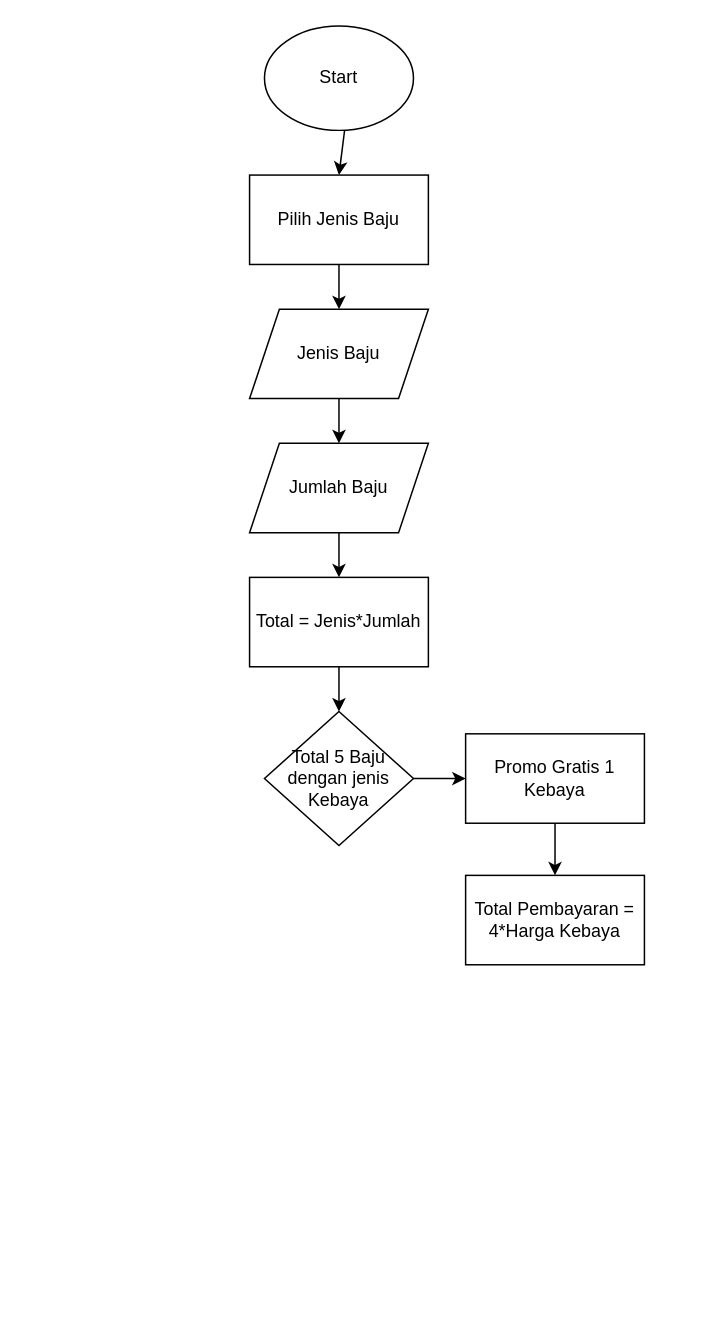
Before: Flowchart.drawio in Willda25/Willda_Dian-Kalkulator, a draw.io diagram. Source tidied: cells renumbered, new cells numbered last; positions are measured from the earlier drawing's top-left corner, leaving out a move shared by most shapes. Both pictures are drawn from the tidied source at 149%, with x=0, y=0 at pixel (249, 25).
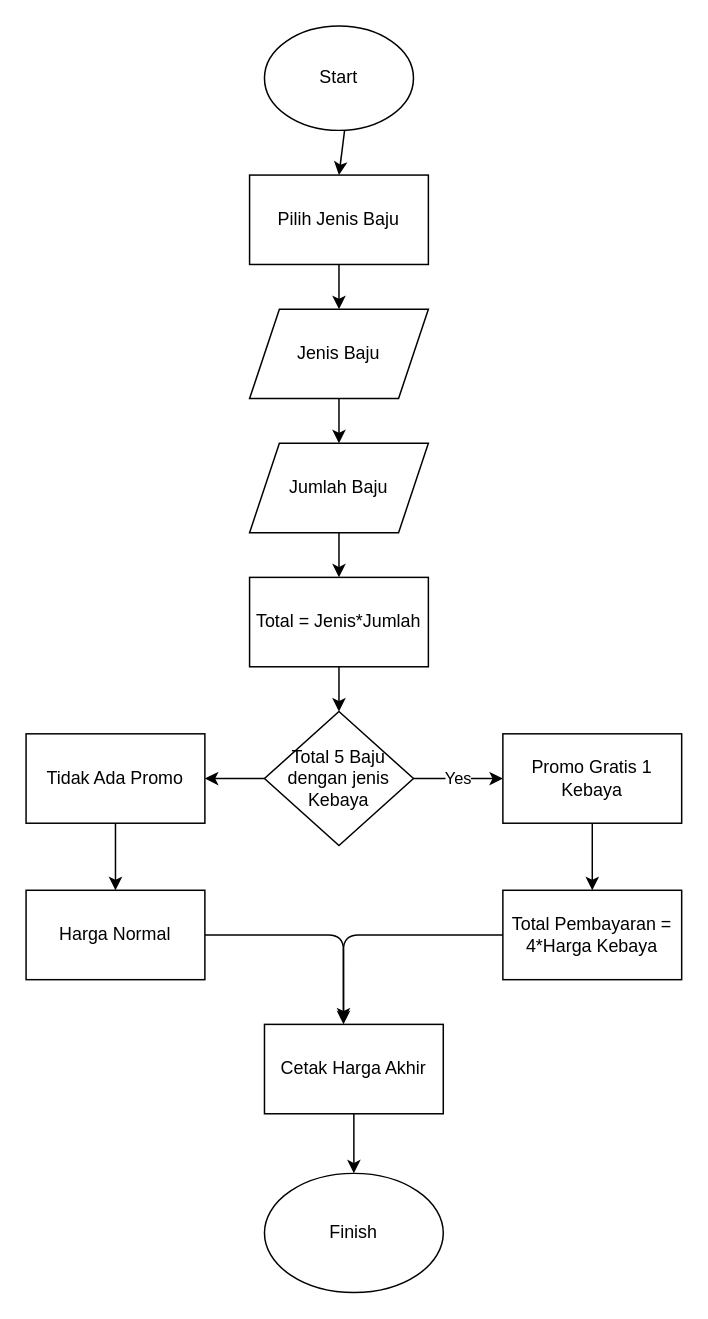
After the change.

Commit message:
Flowchart Selesai

The change refers to these unchanged cells:
```xml
<mxCell id="13" value="Total 5 Baju dengan jenis Kebaya" style="rhombus;whiteSpace=wrap;html=1;" parent="1" vertex="1">
  <mxGeometry x="10" y="460" width="100" height="90" as="geometry" />
</mxCell>
```

Diff of the diagram source:
```diff
@@
-    <mxCell id="12" style="edgeStyle=none;html=1;" parent="1" edge="1" source="13" target="15">
+    <mxCell id="12" value="Yes" style="edgeStyle=none;html=1;" parent="1" edge="1" source="13" target="15">
       <mxGeometry relative="1" as="geometry" />
     </mxCell>
+    <mxCell id="17" style="edgeStyle=none;html=1;" parent="1" edge="1" source="13" target="22">
+      <mxGeometry relative="1" as="geometry" />
+    </mxCell>
@@
     <mxCell id="15" value="Promo Gratis 1 Kebaya" style="rounded=0;whiteSpace=wrap;html=1;" parent="1" vertex="1">
-      <mxGeometry x="145" y="475" width="120" height="60" as="geometry" />
+      <mxGeometry x="170" y="475" width="120" height="60" as="geometry" />
     </mxCell>
+    <mxCell id="18" style="edgeStyle=none;html=1;entryX=0.442;entryY=0;entryDx=0;entryDy=0;entryPerimeter=0;" parent="1" edge="1" source="16" target="20">
+      <mxGeometry relative="1" as="geometry">
+        <Array as="points">
+          <mxPoint x="63" y="610" />
+        </Array>
+      </mxGeometry>
+    </mxCell>
     <mxCell id="16" value="Total Pembayaran = 4*Harga Kebaya" style="rounded=0;whiteSpace=wrap;html=1;" parent="1" vertex="1">
-      <mxGeometry x="145" y="570" width="120" height="60" as="geometry" />
+      <mxGeometry x="170" y="580" width="120" height="60" as="geometry" />
     </mxCell>
+    <mxCell id="19" style="edgeStyle=none;html=1;" parent="1" edge="1" source="20" target="25">
+      <mxGeometry relative="1" as="geometry" />
+    </mxCell>
+    <mxCell id="20" value="Cetak Harga Akhir" style="rounded=0;whiteSpace=wrap;html=1;" parent="1" vertex="1">
+      <mxGeometry x="10" y="670" width="120" height="60" as="geometry" />
+    </mxCell>
+    <mxCell id="21" style="edgeStyle=none;html=1;" parent="1" edge="1" source="22" target="24">
+      <mxGeometry relative="1" as="geometry" />
+    </mxCell>
+    <mxCell id="22" value="Tidak Ada Promo" style="rounded=0;whiteSpace=wrap;html=1;" parent="1" vertex="1">
+      <mxGeometry x="-150" y="475" width="120" height="60" as="geometry" />
+    </mxCell>
+    <mxCell id="23" style="edgeStyle=none;html=1;entryX=0.442;entryY=-0.033;entryDx=0;entryDy=0;entryPerimeter=0;" parent="1" edge="1" source="24" target="20">
+      <mxGeometry relative="1" as="geometry">
+        <Array as="points">
+          <mxPoint x="63" y="610" />
+        </Array>
+      </mxGeometry>
+    </mxCell>
+    <mxCell id="24" value="Harga Normal" style="rounded=0;whiteSpace=wrap;html=1;" parent="1" vertex="1">
+      <mxGeometry x="-150" y="580" width="120" height="60" as="geometry" />
+    </mxCell>
+    <mxCell id="25" value="Finish" style="ellipse;whiteSpace=wrap;html=1;" parent="1" vertex="1">
+      <mxGeometry x="10" y="770" width="120" height="80" as="geometry" />
+    </mxCell>
```
